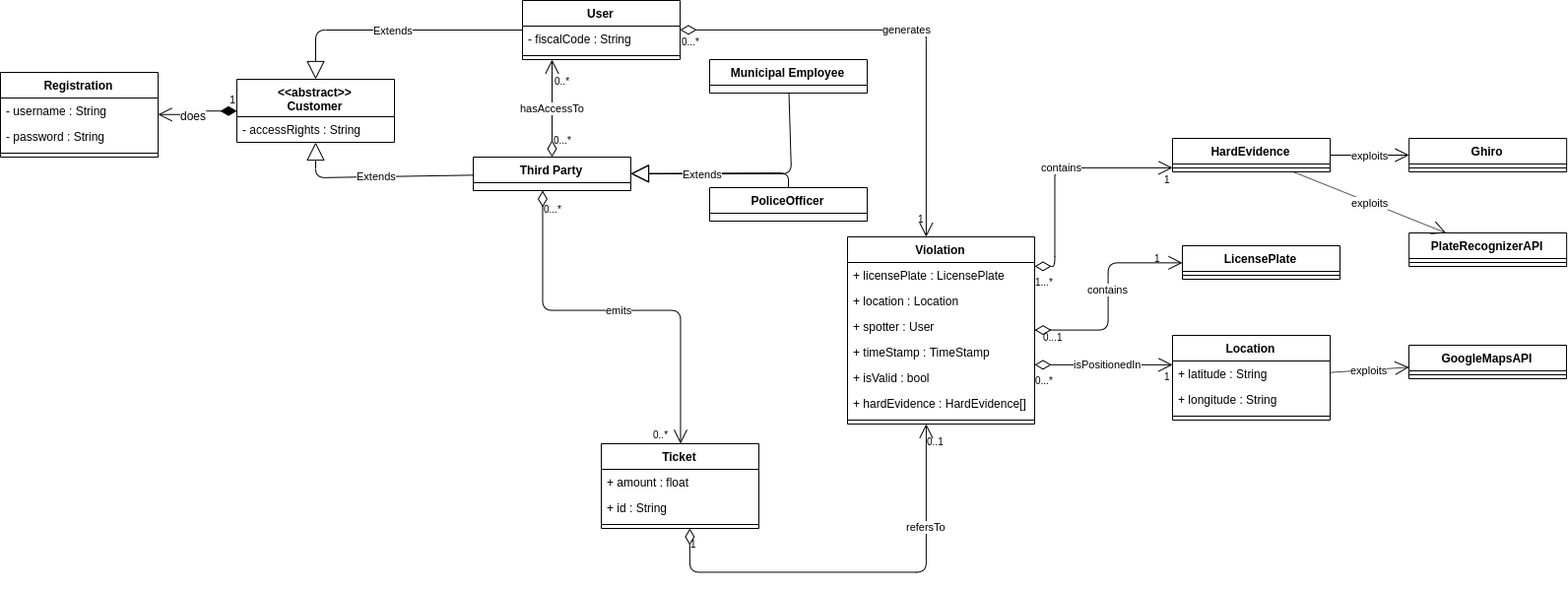
Earlier version of the draw.io export RASD Working Folder/Images/umlmodel.png (Fabs97/PremiSicilianoTaddeo). Source tidied: cells renumbered, new cells last; positions are measured from the earlier drawing's top-left corner, leaving out a move shared by most shapes.
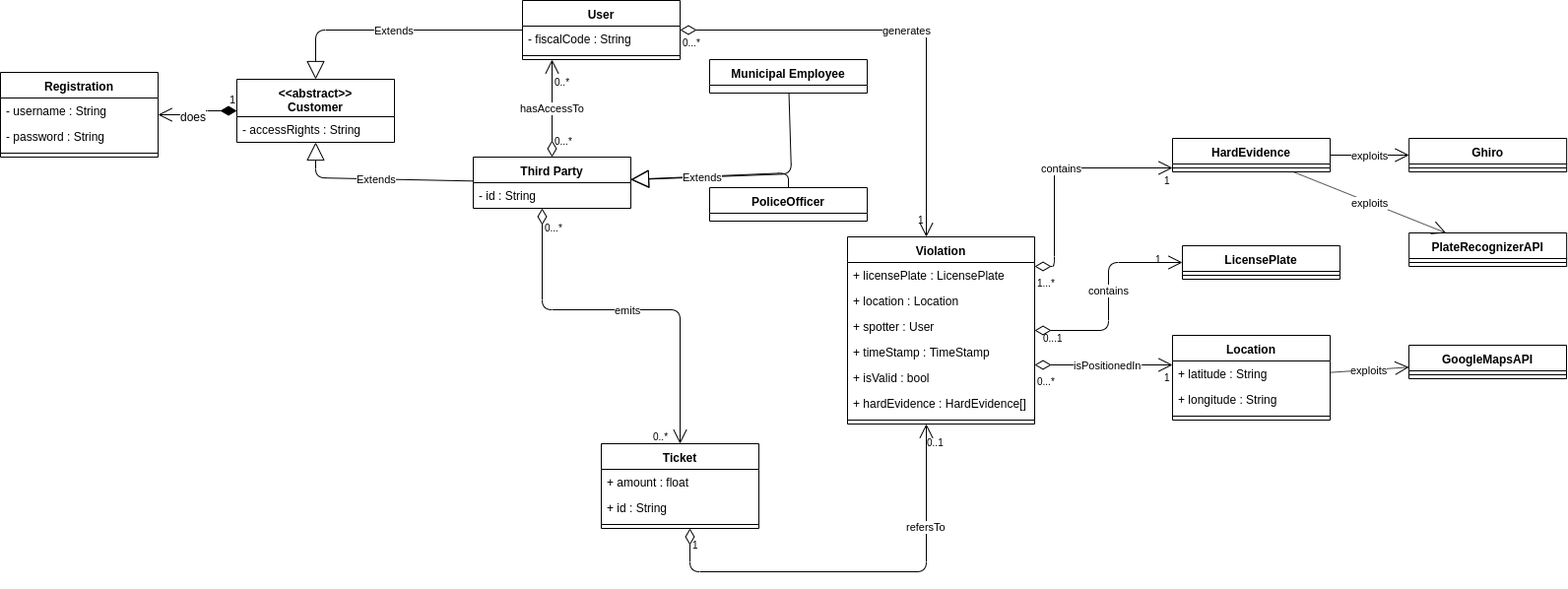
After the change.

The edit, as a diff of the source:
```diff
@@ -12,8 +12,11 @@
       <mxGeometry y="52" width="160" height="8" as="geometry" />
     </mxCell>
     <mxCell id="5" value="Third Party" style="swimlane;fontStyle=1;align=center;verticalAlign=top;horizontal=1;startSize=26;" parent="1" vertex="1">
-      <mxGeometry x="480" y="159" width="160" height="34" as="geometry" />
+      <mxGeometry x="480" y="159" width="160" height="52" as="geometry" />
     </mxCell>
+    <mxCell id="70" value="- id : String" style="text;strokeColor=none;fillColor=none;align=left;verticalAlign=top;spacingLeft=4;spacingRight=4;overflow=hidden;" parent="5" vertex="1">
+      <mxGeometry y="26" width="160" height="26" as="geometry" />
+    </mxCell>
     <mxCell id="6" value="Violation" style="swimlane;fontStyle=1;align=center;verticalAlign=top;horizontal=1;startSize=26;" parent="1" vertex="1">
       <mxGeometry x="860" y="240" width="190" height="190" as="geometry" />
     </mxCell>
```
